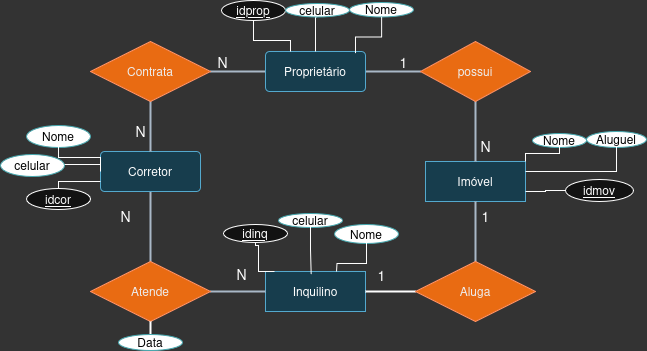
Earlier version of the draw.io export mongoDB_docker/modeloER_setorImobiliario.drawio.png (Jonas-SLara/Docker_Templates). Source tidied: cells renumbered, new cells last; positions are measured from the earlier drawing's top-left corner, leaving out a move shared by most shapes.
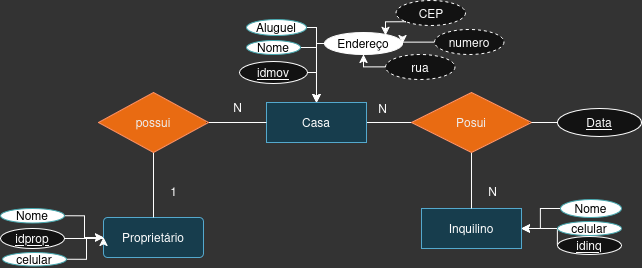
The same diagram one commit later.

The edit, as a diff of the source:
```diff
@@ -2,182 +2,144 @@
   <root>
     <mxCell id="0" />
     <mxCell id="1" parent="0" />
+    <mxCell id="51" style="edgeStyle=orthogonalEdgeStyle;rounded=0;jettySize=auto;html=1;exitX=1;exitY=0.5;exitDx=0;exitDy=0;entryX=0;entryY=0.5;entryDx=0;entryDy=0;endArrow=none;startFill=0;" parent="1" edge="1" source="2" target="19">
+      <mxGeometry relative="1" as="geometry" />
+    </mxCell>
-    <mxCell id="2" value="Imóvel" style="whiteSpace=wrap;html=1;align=center;fillColor=#b1ddf0;strokeColor=#10739e;" parent="1" vertex="1">
-      <mxGeometry x="425" y="161" width="100" height="40" as="geometry" />
+    <mxCell id="2" value="Casa" style="whiteSpace=wrap;html=1;align=center;fillColor=#b1ddf0;strokeColor=#10739e;" parent="1" vertex="1">
+      <mxGeometry x="284" y="78" width="100" height="40" as="geometry" />
     </mxCell>
     <mxCell id="3" value="Inquilino" style="whiteSpace=wrap;html=1;align=center;fillColor=#b1ddf0;strokeColor=#10739e;" parent="1" vertex="1">
-      <mxGeometry x="265" y="271" width="100" height="40" as="geometry" />
+      <mxGeometry x="439" y="184" width="100" height="40" as="geometry" />
     </mxCell>
-    <mxCell id="4" style="edgeStyle=orthogonalEdgeStyle;rounded=0;jettySize=auto;html=1;exitX=0.5;exitY=1;exitDx=0;exitDy=0;entryX=0.5;entryY=0;entryDx=0;entryDy=0;strokeWidth=2;endArrow=none;startFill=0;fillColor=#647687;strokeColor=#314354;" parent="1" edge="1" source="5" target="16">
-      <mxGeometry relative="1" as="geometry" />
-    </mxCell>
-    <mxCell id="5" value="Corretor" style="rounded=1;arcSize=10;whiteSpace=wrap;html=1;align=center;fillColor=#b1ddf0;strokeColor=#10739e;" parent="1" vertex="1">
-      <mxGeometry x="100" y="151" width="100" height="40" as="geometry" />
-    </mxCell>
-    <mxCell id="6" style="edgeStyle=orthogonalEdgeStyle;rounded=0;jettySize=auto;html=1;exitX=1;exitY=0.5;exitDx=0;exitDy=0;entryX=0;entryY=0.5;entryDx=0;entryDy=0;strokeWidth=2;endArrow=none;startFill=0;fillColor=#647687;strokeColor=#314354;" parent="1" edge="1" source="10" target="12">
-      <mxGeometry relative="1" as="geometry" />
-    </mxCell>
-    <mxCell id="7" value="1" style="edgeLabel;html=1;align=center;verticalAlign=middle;fontSize=14;labelBackgroundColor=none;" parent="6" vertex="1">
-      <mxGeometry x="0.35" y="-3" relative="1" as="geometry">
-        <mxPoint y="-13" as="offset" />
-      </mxGeometry>
-    </mxCell>
-    <mxCell id="8" style="edgeStyle=orthogonalEdgeStyle;rounded=0;jettySize=auto;html=1;exitX=0;exitY=0.5;exitDx=0;exitDy=0;entryX=1;entryY=0.5;entryDx=0;entryDy=0;strokeWidth=2;endArrow=none;startFill=0;fillColor=#647687;strokeColor=#314354;" parent="1" edge="1" source="10" target="14">
-      <mxGeometry relative="1" as="geometry" />
-    </mxCell>
-    <mxCell id="9" value="N" style="edgeLabel;html=1;align=center;verticalAlign=middle;fontSize=14;labelBackgroundColor=none;" parent="8" vertex="1">
-      <mxGeometry x="0.6" y="2" relative="1" as="geometry">
-        <mxPoint y="-12" as="offset" />
-      </mxGeometry>
-    </mxCell>
     <mxCell id="10" value="Proprietário" style="rounded=1;arcSize=10;whiteSpace=wrap;html=1;align=center;fillColor=#b1ddf0;strokeColor=#10739e;" parent="1" vertex="1">
-      <mxGeometry x="265" y="51" width="100" height="40" as="geometry" />
+      <mxGeometry x="121" y="193" width="100" height="40" as="geometry" />
     </mxCell>
+    <mxCell id="52" style="edgeStyle=orthogonalEdgeStyle;rounded=0;jettySize=auto;html=1;exitX=0.5;exitY=1;exitDx=0;exitDy=0;entryX=0.5;entryY=0;entryDx=0;entryDy=0;endArrow=none;startFill=0;" parent="1" edge="1" source="12" target="10">
+      <mxGeometry relative="1" as="geometry" />
+    </mxCell>
-    <mxCell id="11" style="edgeStyle=orthogonalEdgeStyle;rounded=0;jettySize=auto;html=1;exitX=0.5;exitY=1;exitDx=0;exitDy=0;entryX=0.5;entryY=0;entryDx=0;entryDy=0;strokeWidth=2;endArrow=none;startFill=0;fillColor=#647687;strokeColor=#314354;" parent="1" edge="1" source="12" target="2">
+    <mxCell id="11" style="edgeStyle=orthogonalEdgeStyle;rounded=0;jettySize=auto;html=1;exitX=1;exitY=0.5;exitDx=0;exitDy=0;entryX=0;entryY=0.5;entryDx=0;entryDy=0;endArrow=none;startFill=0;" parent="1" edge="1" source="12" target="2">
       <mxGeometry relative="1" as="geometry" />
     </mxCell>
     <mxCell id="12" value="possui" style="shape=rhombus;perimeter=rhombusPerimeter;whiteSpace=wrap;html=1;align=center;fillColor=#fa6800;fontColor=#000000;strokeColor=#C73500;" parent="1" vertex="1">
-      <mxGeometry x="420" y="41" width="110" height="60" as="geometry" />
+      <mxGeometry x="116" y="68" width="110" height="60" as="geometry" />
     </mxCell>
-    <mxCell id="13" value="&lt;font style=&quot;font-size: 14px;&quot;&gt;N&lt;/font&gt;" style="edgeStyle=orthogonalEdgeStyle;rounded=0;jettySize=auto;html=1;exitX=0.5;exitY=1;exitDx=0;exitDy=0;entryX=0.5;entryY=0;entryDx=0;entryDy=0;endArrow=none;startFill=0;strokeWidth=2;fillColor=#647687;strokeColor=#314354;labelBackgroundColor=none;" parent="1" edge="1" source="14" target="5">
-      <mxGeometry x="0.21" y="-10" relative="1" as="geometry" />
-    </mxCell>
-    <mxCell id="14" value="Contrata" style="shape=rhombus;perimeter=rhombusPerimeter;whiteSpace=wrap;html=1;align=center;fillColor=#fa6800;fontColor=#000000;strokeColor=#C73500;" parent="1" vertex="1">
-      <mxGeometry x="90" y="41" width="120" height="60" as="geometry" />
-    </mxCell>
-    <mxCell id="15" style="edgeStyle=orthogonalEdgeStyle;rounded=0;jettySize=auto;html=1;exitX=1;exitY=0.5;exitDx=0;exitDy=0;entryX=0;entryY=0.5;entryDx=0;entryDy=0;strokeWidth=2;endArrow=none;startFill=0;fillColor=#647687;strokeColor=#314354;" parent="1" edge="1" source="16" target="3">
-      <mxGeometry relative="1" as="geometry" />
-    </mxCell>
-    <mxCell id="16" value="Atende" style="shape=rhombus;perimeter=rhombusPerimeter;whiteSpace=wrap;html=1;align=center;fillColor=#fa6800;fontColor=#000000;strokeColor=#C73500;" parent="1" vertex="1">
-      <mxGeometry x="90" y="261" width="120" height="60" as="geometry" />
-    </mxCell>
-    <mxCell id="17" style="edgeStyle=orthogonalEdgeStyle;rounded=0;jettySize=auto;html=1;exitX=0.5;exitY=0;exitDx=0;exitDy=0;entryX=0.5;entryY=1;entryDx=0;entryDy=0;strokeWidth=2;endArrow=none;startFill=0;fillColor=#647687;strokeColor=#314354;" parent="1" edge="1" source="19" target="2">
-      <mxGeometry relative="1" as="geometry" />
-    </mxCell>
-    <mxCell id="18" style="edgeStyle=orthogonalEdgeStyle;rounded=0;jettySize=auto;html=1;exitX=0;exitY=0.5;exitDx=0;exitDy=0;entryX=1;entryY=0.5;entryDx=0;entryDy=0;strokeWidth=2;endArrow=none;startFill=0;" parent="1" edge="1" source="19" target="3">
+    <mxCell id="18" style="edgeStyle=orthogonalEdgeStyle;rounded=0;jettySize=auto;html=1;exitX=0.5;exitY=1;exitDx=0;exitDy=0;entryX=0.5;entryY=0;entryDx=0;entryDy=0;endArrow=none;startFill=0;" parent="1" edge="1" source="19" target="3">
       <mxGeometry relative="1" as="geometry" />
     </mxCell>
-    <mxCell id="19" value="Aluga" style="shape=rhombus;perimeter=rhombusPerimeter;whiteSpace=wrap;html=1;align=center;fillColor=#fa6800;fontColor=#000000;strokeColor=#C73500;" parent="1" vertex="1">
-      <mxGeometry x="415" y="261" width="120" height="60" as="geometry" />
+    <mxCell id="19" value="Posui" style="shape=rhombus;perimeter=rhombusPerimeter;whiteSpace=wrap;html=1;align=center;fillColor=#fa6800;fontColor=#000000;strokeColor=#C73500;" parent="1" vertex="1">
+      <mxGeometry x="429" y="68" width="120" height="60" as="geometry" />
     </mxCell>
-    <mxCell id="20" value="N" style="text;html=1;align=center;verticalAlign=middle;strokeColor=none;fillColor=none;fontSize=14;" parent="1" vertex="1">
-      <mxGeometry x="470" y="131" width="30" height="30" as="geometry" />
-    </mxCell>
-    <mxCell id="21" value="1" style="text;html=1;align=center;verticalAlign=middle;strokeColor=none;fillColor=none;fontSize=14;" parent="1" vertex="1">
-      <mxGeometry x="470" y="201" width="30" height="30" as="geometry" />
-    </mxCell>
-    <mxCell id="22" value="1" style="text;html=1;align=center;verticalAlign=middle;strokeColor=none;fillColor=none;fontSize=14;" parent="1" vertex="1">
-      <mxGeometry x="368" y="260" width="26" height="29" as="geometry" />
-    </mxCell>
-    <mxCell id="23" value="N" style="text;html=1;align=center;verticalAlign=middle;strokeColor=none;fillColor=none;fontSize=14;" parent="1" vertex="1">
-      <mxGeometry x="226" y="259" width="30" height="30" as="geometry" />
-    </mxCell>
-    <mxCell id="24" value="N" style="text;html=1;align=center;verticalAlign=middle;strokeColor=none;fillColor=none;fontSize=14;" parent="1" vertex="1">
-      <mxGeometry x="110" y="201" width="30" height="30" as="geometry" />
-    </mxCell>
-    <mxCell id="25" style="edgeStyle=orthogonalEdgeStyle;rounded=0;jettySize=auto;html=1;exitX=0.5;exitY=1;exitDx=0;exitDy=0;entryX=0.25;entryY=0;entryDx=0;entryDy=0;endArrow=none;startFill=0;" parent="1" edge="1" source="26" target="10">
+    <mxCell id="25" style="edgeStyle=orthogonalEdgeStyle;rounded=0;jettySize=auto;html=1;exitX=1;exitY=0.5;exitDx=0;exitDy=0;entryX=0;entryY=0.5;entryDx=0;entryDy=0;" parent="1" edge="1" source="26" target="10">
       <mxGeometry relative="1" as="geometry" />
     </mxCell>
     <mxCell id="26" value="idprop" style="ellipse;whiteSpace=wrap;html=1;align=center;fontStyle=4;fillColor=default;" parent="1" vertex="1">
-      <mxGeometry x="221" width="64" height="20" as="geometry" />
+      <mxGeometry x="18" y="204" width="64" height="20" as="geometry" />
     </mxCell>
+    <mxCell id="28" style="edgeStyle=orthogonalEdgeStyle;rounded=0;jettySize=auto;html=1;exitX=1;exitY=0.5;exitDx=0;exitDy=0;entryX=0;entryY=0.5;entryDx=0;entryDy=0;" parent="1" edge="1" source="27" target="10">
+      <mxGeometry relative="1" as="geometry" />
+    </mxCell>
     <mxCell id="27" value="Nome" style="ellipse;whiteSpace=wrap;html=1;align=center;labelBorderColor=none;fillColor=light-dark(#B0E3E6,#FFFFFF);strokeColor=#0e8088;fontColor=light-dark(#000000,#000000);" parent="1" vertex="1">
-      <mxGeometry x="349" y="2" width="64" height="14.5" as="geometry" />
+      <mxGeometry x="18" y="184" width="64" height="14.5" as="geometry" />
     </mxCell>
-    <mxCell id="28" style="edgeStyle=orthogonalEdgeStyle;rounded=0;jettySize=auto;html=1;exitX=0.5;exitY=1;exitDx=0;exitDy=0;entryX=0.899;entryY=0.04;entryDx=0;entryDy=0;entryPerimeter=0;endArrow=none;startFill=0;" parent="1" edge="1" source="27" target="10">
-      <mxGeometry relative="1" as="geometry" />
-    </mxCell>
-    <mxCell id="29" value="Nome" style="ellipse;whiteSpace=wrap;html=1;align=center;labelBorderColor=none;fillColor=light-dark(#B0E3E6,#FFFFFF);strokeColor=#0e8088;fontColor=light-dark(#000000,#000000);" parent="1" vertex="1">
-      <mxGeometry x="26" y="125" width="64" height="22" as="geometry" />
-    </mxCell>
-    <mxCell id="30" style="edgeStyle=orthogonalEdgeStyle;rounded=0;jettySize=auto;html=1;exitX=0.5;exitY=1;exitDx=0;exitDy=0;endArrow=none;startFill=0;entryX=0;entryY=0.5;entryDx=0;entryDy=0;" parent="1" edge="1" source="29" target="5">
-      <mxGeometry relative="1" as="geometry">
-        <Array as="points">
-          <mxPoint x="58" y="157" />
-          <mxPoint x="100" y="157" />
-        </Array>
-      </mxGeometry>
-    </mxCell>
-    <mxCell id="31" style="edgeStyle=orthogonalEdgeStyle;rounded=0;jettySize=auto;html=1;exitX=0.5;exitY=0;exitDx=0;exitDy=0;entryX=0;entryY=0.75;entryDx=0;entryDy=0;endArrow=none;startFill=0;" parent="1" edge="1" source="32" target="5">
-      <mxGeometry relative="1" as="geometry">
-        <Array as="points">
-          <mxPoint x="58" y="181" />
-        </Array>
-      </mxGeometry>
-    </mxCell>
-    <mxCell id="32" value="idcor" style="ellipse;whiteSpace=wrap;html=1;align=center;fontStyle=4;fillColor=default;" parent="1" vertex="1">
-      <mxGeometry x="26" y="188" width="64" height="21" as="geometry" />
-    </mxCell>
+    <mxCell id="34" style="edgeStyle=orthogonalEdgeStyle;rounded=0;jettySize=auto;html=1;exitX=1;exitY=0.5;exitDx=0;exitDy=0;entryX=0.5;entryY=0;entryDx=0;entryDy=0;" parent="1" edge="1" source="33" target="2">
+      <mxGeometry relative="1" as="geometry">
+        <Array as="points">
+          <mxPoint x="334" y="23" />
+        </Array>
+      </mxGeometry>
+    </mxCell>
     <mxCell id="33" value="Nome" style="ellipse;whiteSpace=wrap;html=1;align=center;labelBorderColor=none;fillColor=light-dark(#B0E3E6,#FFFFFF);strokeColor=#0e8088;fontColor=light-dark(#000000,#000000);" parent="1" vertex="1">
-      <mxGeometry x="532" y="133" width="54" height="14" as="geometry" />
+      <mxGeometry x="264" y="16" width="54" height="14" as="geometry" />
     </mxCell>
-    <mxCell id="34" style="edgeStyle=orthogonalEdgeStyle;rounded=0;jettySize=auto;html=1;exitX=0.5;exitY=1;exitDx=0;exitDy=0;entryX=1;entryY=0;entryDx=0;entryDy=0;endArrow=none;startFill=0;" parent="1" edge="1" source="33" target="2">
-      <mxGeometry relative="1" as="geometry">
-        <Array as="points">
-          <mxPoint x="559" y="153" />
-          <mxPoint x="525" y="153" />
-        </Array>
-      </mxGeometry>
-    </mxCell>
+    <mxCell id="36" style="edgeStyle=orthogonalEdgeStyle;rounded=0;jettySize=auto;html=1;exitX=1;exitY=0.5;exitDx=0;exitDy=0;entryX=0.5;entryY=0;entryDx=0;entryDy=0;" parent="1" edge="1" source="35" target="2">
+      <mxGeometry relative="1" as="geometry">
+        <Array as="points">
+          <mxPoint x="334" y="3" />
+        </Array>
+      </mxGeometry>
+    </mxCell>
     <mxCell id="35" value="Aluguel" style="ellipse;whiteSpace=wrap;html=1;align=center;labelBorderColor=none;fillColor=light-dark(#B0E3E6,#FFFFFF);strokeColor=#0e8088;fontColor=light-dark(#000000,#000000);" parent="1" vertex="1">
-      <mxGeometry x="586" y="131" width="60" height="16" as="geometry" />
+      <mxGeometry x="264" y="-5" width="60" height="16" as="geometry" />
     </mxCell>
-    <mxCell id="36" style="edgeStyle=orthogonalEdgeStyle;rounded=0;jettySize=auto;html=1;exitX=0.5;exitY=1;exitDx=0;exitDy=0;entryX=1;entryY=0.25;entryDx=0;entryDy=0;endArrow=none;startFill=0;" parent="1" edge="1" source="35" target="2">
-      <mxGeometry relative="1" as="geometry" />
-    </mxCell>
-    <mxCell id="37" style="edgeStyle=orthogonalEdgeStyle;rounded=0;jettySize=auto;html=1;exitX=0;exitY=0.5;exitDx=0;exitDy=0;entryX=1;entryY=0.75;entryDx=0;entryDy=0;endArrow=none;startFill=0;" parent="1" edge="1" source="38" target="2">
+    <mxCell id="37" style="edgeStyle=orthogonalEdgeStyle;rounded=0;jettySize=auto;html=1;exitX=1;exitY=0.5;exitDx=0;exitDy=0;entryX=0.5;entryY=0;entryDx=0;entryDy=0;" parent="1" edge="1" source="38" target="2">
       <mxGeometry relative="1" as="geometry" />
     </mxCell>
     <mxCell id="38" value="idmov" style="ellipse;whiteSpace=wrap;html=1;align=center;fontStyle=4;fillColor=default;" parent="1" vertex="1">
-      <mxGeometry x="565" y="179" width="68" height="22" as="geometry" />
+      <mxGeometry x="257" y="37" width="68" height="22" as="geometry" />
     </mxCell>
-    <mxCell id="39" style="edgeStyle=orthogonalEdgeStyle;rounded=0;jettySize=auto;html=1;exitX=0.5;exitY=1;exitDx=0;exitDy=0;entryX=0.25;entryY=0;entryDx=0;entryDy=0;endArrow=none;startFill=0;" parent="1" edge="1" source="40">
-      <mxGeometry relative="1" as="geometry">
-        <mxPoint x="274" y="271" as="targetPoint" />
-        <Array as="points">
-          <mxPoint x="258" y="245" />
-          <mxPoint x="258" y="271" />
-        </Array>
-      </mxGeometry>
-    </mxCell>
+    <mxCell id="53" style="edgeStyle=orthogonalEdgeStyle;rounded=0;jettySize=auto;html=1;exitX=0;exitY=0.5;exitDx=0;exitDy=0;entryX=1;entryY=0.5;entryDx=0;entryDy=0;" parent="1" edge="1" source="40" target="3">
+      <mxGeometry relative="1" as="geometry">
+        <Array as="points">
+          <mxPoint x="575" y="204" />
+        </Array>
+      </mxGeometry>
+    </mxCell>
     <mxCell id="40" value="idinq" style="ellipse;whiteSpace=wrap;html=1;align=center;fontStyle=4;fillColor=default;" parent="1" vertex="1">
-      <mxGeometry x="223" y="224" width="64" height="18" as="geometry" />
+      <mxGeometry x="575" y="212" width="64" height="18" as="geometry" />
     </mxCell>
+    <mxCell id="54" style="edgeStyle=orthogonalEdgeStyle;rounded=0;jettySize=auto;html=1;exitX=0;exitY=0.5;exitDx=0;exitDy=0;entryX=1;entryY=0.5;entryDx=0;entryDy=0;" parent="1" edge="1" source="41" target="3">
+      <mxGeometry relative="1" as="geometry" />
+    </mxCell>
     <mxCell id="41" value="Nome" style="ellipse;whiteSpace=wrap;html=1;align=center;labelBorderColor=none;fillColor=light-dark(#B0E3E6,#FFFFFF);strokeColor=#0e8088;fontColor=light-dark(#000000,#000000);" parent="1" vertex="1">
-      <mxGeometry x="334" y="224" width="64" height="19" as="geometry" />
+      <mxGeometry x="578" y="175" width="61" height="18" as="geometry" />
     </mxCell>
-    <mxCell id="42" style="edgeStyle=orthogonalEdgeStyle;rounded=0;jettySize=auto;html=1;exitX=0.5;exitY=1;exitDx=0;exitDy=0;entryX=0.899;entryY=0.04;entryDx=0;entryDy=0;entryPerimeter=0;endArrow=none;startFill=0;" parent="1" edge="1" source="41">
-      <mxGeometry relative="1" as="geometry">
-        <mxPoint x="336" y="271" as="targetPoint" />
-      </mxGeometry>
-    </mxCell>
-    <mxCell id="43" style="edgeStyle=orthogonalEdgeStyle;rounded=0;jettySize=auto;html=1;exitX=1;exitY=0.5;exitDx=0;exitDy=0;entryX=0;entryY=0.25;entryDx=0;entryDy=0;endArrow=none;startFill=0;" parent="1" edge="1" source="44" target="5">
-      <mxGeometry relative="1" as="geometry">
-        <Array as="points">
-          <mxPoint x="100" y="164" />
-        </Array>
-      </mxGeometry>
-    </mxCell>
-    <mxCell id="44" value="celular" style="ellipse;whiteSpace=wrap;html=1;align=center;labelBorderColor=none;fillColor=light-dark(#B0E3E6,#FFFFFF);strokeColor=#0e8088;fontColor=light-dark(#000000,#000000);" parent="1" vertex="1">
-      <mxGeometry y="154" width="64" height="22" as="geometry" />
-    </mxCell>
-    <mxCell id="45" style="edgeStyle=orthogonalEdgeStyle;rounded=0;jettySize=auto;html=1;exitX=0.5;exitY=0;exitDx=0;exitDy=0;entryX=0.5;entryY=1;entryDx=0;entryDy=0;strokeWidth=2;endArrow=none;startFill=0;" parent="1" edge="1" source="46" target="16">
-      <mxGeometry relative="1" as="geometry" />
-    </mxCell>
-    <mxCell id="46" value="Data" style="ellipse;whiteSpace=wrap;html=1;align=center;labelBorderColor=none;fillColor=light-dark(#B0E3E6,#FFFFFF);strokeColor=#0e8088;fontColor=light-dark(#000000,#000000);" parent="1" vertex="1">
-      <mxGeometry x="118" y="334" width="64" height="16" as="geometry" />
-    </mxCell>
-    <mxCell id="47" style="edgeStyle=orthogonalEdgeStyle;rounded=0;jettySize=auto;html=1;exitX=0.5;exitY=1;exitDx=0;exitDy=0;entryX=0.5;entryY=0;entryDx=0;entryDy=0;endArrow=none;startFill=0;strokeWidth=1;" parent="1" edge="1" source="48" target="10">
+    <mxCell id="47" style="edgeStyle=orthogonalEdgeStyle;rounded=0;jettySize=auto;html=1;exitX=1;exitY=0.5;exitDx=0;exitDy=0;entryX=0;entryY=0.5;entryDx=0;entryDy=0;" parent="1" edge="1" source="48" target="10">
       <mxGeometry relative="1" as="geometry" />
     </mxCell>
     <mxCell id="48" value="celular" style="ellipse;whiteSpace=wrap;html=1;align=center;labelBorderColor=none;fillColor=light-dark(#B0E3E6,#FFFFFF);strokeColor=#0e8088;fontColor=light-dark(#000000,#000000);" parent="1" vertex="1">
-      <mxGeometry x="285" y="3" width="64" height="13.5" as="geometry" />
+      <mxGeometry x="20" y="228" width="64" height="13.5" as="geometry" />
     </mxCell>
+    <mxCell id="50" style="edgeStyle=orthogonalEdgeStyle;rounded=0;jettySize=auto;html=1;exitX=0;exitY=0.5;exitDx=0;exitDy=0;entryX=1;entryY=0.5;entryDx=0;entryDy=0;" parent="1" edge="1" source="49" target="3">
+      <mxGeometry relative="1" as="geometry" />
+    </mxCell>
     <mxCell id="49" value="celular" style="ellipse;whiteSpace=wrap;html=1;align=center;labelBorderColor=none;fillColor=light-dark(#B0E3E6,#FFFFFF);strokeColor=#0e8088;fontColor=light-dark(#000000,#000000);" parent="1" vertex="1">
-      <mxGeometry x="278" y="213" width="64" height="14" as="geometry" />
+      <mxGeometry x="575" y="197" width="64" height="14" as="geometry" />
     </mxCell>
-    <mxCell id="50" style="edgeStyle=orthogonalEdgeStyle;rounded=0;jettySize=auto;html=1;exitX=0.5;exitY=1;exitDx=0;exitDy=0;entryX=0.457;entryY=0.074;entryDx=0;entryDy=0;entryPerimeter=0;endArrow=none;startFill=0;" parent="1" edge="1" source="49" target="3">
-      <mxGeometry relative="1" as="geometry" />
-    </mxCell>
+    <mxCell id="55" value="N" style="text;html=1;align=center;verticalAlign=middle;strokeColor=none;fillColor=none;" parent="1" vertex="1">
+      <mxGeometry x="386.5" y="71" width="27" height="26" as="geometry" />
+    </mxCell>
+    <mxCell id="56" value="N" style="text;html=1;align=center;verticalAlign=middle;strokeColor=none;fillColor=none;" parent="1" vertex="1">
+      <mxGeometry x="496.5" y="154" width="27" height="26" as="geometry" />
+    </mxCell>
+    <mxCell id="57" value="N" style="text;html=1;align=center;verticalAlign=middle;strokeColor=none;fillColor=none;" parent="1" vertex="1">
+      <mxGeometry x="241.5" y="70" width="27" height="26" as="geometry" />
+    </mxCell>
+    <mxCell id="58" value="1" style="text;html=1;align=center;verticalAlign=middle;strokeColor=none;fillColor=none;" parent="1" vertex="1">
+      <mxGeometry x="178.5" y="154" width="25" height="26" as="geometry" />
+    </mxCell>
+    <mxCell id="59" style="edgeStyle=orthogonalEdgeStyle;rounded=0;jettySize=auto;html=1;exitX=0;exitY=0.5;exitDx=0;exitDy=0;entryX=0.5;entryY=0;entryDx=0;entryDy=0;" parent="1" edge="1" source="60" target="2">
+      <mxGeometry relative="1" as="geometry">
+        <Array as="points">
+          <mxPoint x="334" y="19" />
+        </Array>
+      </mxGeometry>
+    </mxCell>
+    <mxCell id="60" value="Endereço" style="ellipse;whiteSpace=wrap;html=1;align=center;fillColor=light-dark(#FFFFFF,#FFFFFF);fontColor=light-dark(#000000,#000000);" parent="1" vertex="1">
+      <mxGeometry x="342" y="8" width="78" height="22" as="geometry" />
+    </mxCell>
+    <mxCell id="61" style="edgeStyle=orthogonalEdgeStyle;rounded=0;jettySize=auto;html=1;exitX=0;exitY=0.5;exitDx=0;exitDy=0;entryX=1;entryY=0.5;entryDx=0;entryDy=0;endArrow=none;startFill=0;" parent="1" edge="1" source="46" target="19">
+      <mxGeometry relative="1" as="geometry" />
+    </mxCell>
+    <mxCell id="46" value="Data" style="ellipse;whiteSpace=wrap;html=1;align=center;fontStyle=4;" parent="1" vertex="1">
+      <mxGeometry x="575" y="84" width="84" height="28" as="geometry" />
+    </mxCell>
+    <mxCell id="62" value="CEP" style="ellipse;whiteSpace=wrap;html=1;align=center;dashed=1;" parent="1" vertex="1">
+      <mxGeometry x="413.5" y="-24" width="69.5" height="25" as="geometry" />
+    </mxCell>
+    <mxCell id="63" style="edgeStyle=orthogonalEdgeStyle;rounded=0;jettySize=auto;html=1;exitX=0;exitY=0.5;exitDx=0;exitDy=0;entryX=1;entryY=0.5;entryDx=0;entryDy=0;" parent="1" edge="1" source="64" target="60">
+      <mxGeometry relative="1" as="geometry" />
+    </mxCell>
+    <mxCell id="64" value="numero" style="ellipse;whiteSpace=wrap;html=1;align=center;dashed=1;" parent="1" vertex="1">
+      <mxGeometry x="452" y="5" width="69.5" height="25" as="geometry" />
+    </mxCell>
+    <mxCell id="65" style="edgeStyle=orthogonalEdgeStyle;rounded=0;jettySize=auto;html=1;exitX=0;exitY=0.5;exitDx=0;exitDy=0;entryX=0.5;entryY=1;entryDx=0;entryDy=0;" parent="1" edge="1" source="66" target="60">
+      <mxGeometry relative="1" as="geometry" />
+    </mxCell>
+    <mxCell id="66" value="rua" style="ellipse;whiteSpace=wrap;html=1;align=center;dashed=1;" parent="1" vertex="1">
+      <mxGeometry x="403" y="30" width="69.5" height="25" as="geometry" />
+    </mxCell>
+    <mxCell id="67" style="edgeStyle=orthogonalEdgeStyle;rounded=0;jettySize=auto;html=1;exitX=0;exitY=1;exitDx=0;exitDy=0;entryX=0.782;entryY=0.136;entryDx=0;entryDy=0;entryPerimeter=0;" parent="1" edge="1" source="62" target="60">
+      <mxGeometry relative="1" as="geometry" />
+    </mxCell>
   </root>
 </mxGraphModel>
```
